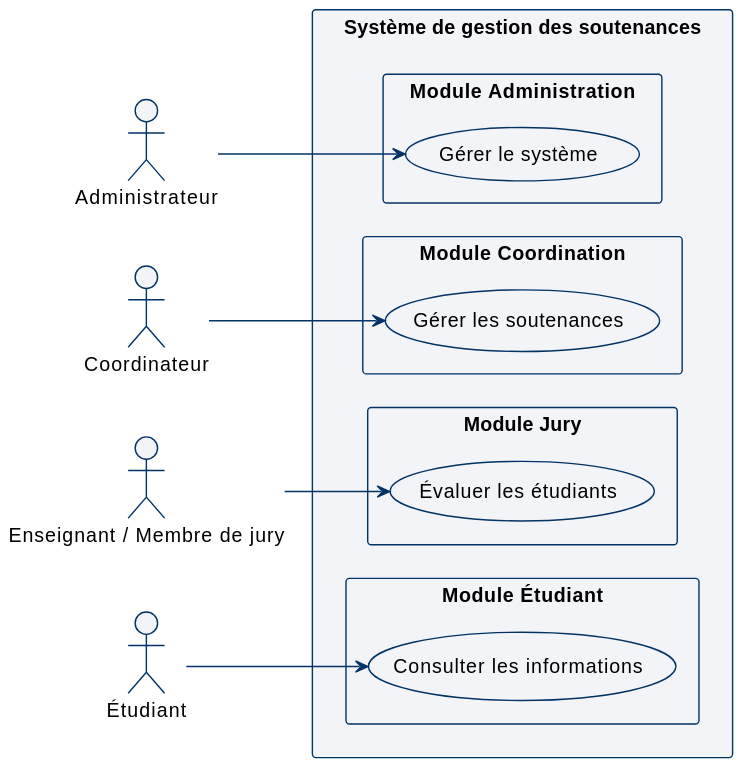
Earlier version of the PlantUML export docs/diagrams/svg/uc_overview.svg (abdelaziz-ebourki/system-gestion-soutenance).
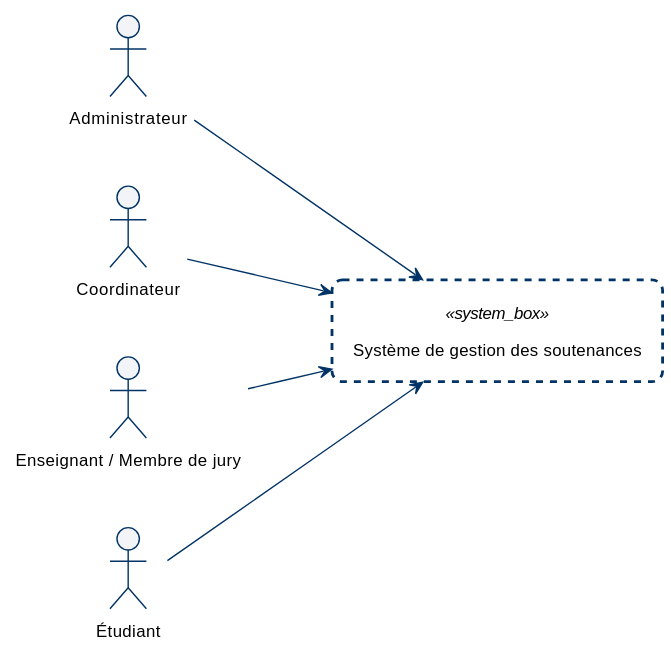
The same file after the commit.

Change to the diagram source:
```diff
@@ -1,26 +1,5 @@
 @startuml
-<style>
-  root {
-    FontColor #000000
-    LineColor #003366
-    LineThickness 1
-  }
-  actor {
-    BackgroundColor #F2F4F7
-  }
-  usecase {
-    BackgroundColor #F2F4F7
-  }
-  arrow {
-    LineColor #003366
-  }
-  rectangle {
-    BackgroundColor #F2F4F7
-  }
-</style>
-skinparam shadowing false
-skinparam actorStyle rectangle
-skinparam packageStyle rectangle
+!include style.puml
 left to right direction
 
 actor "Administrateur" as Admin
@@ -28,23 +7,11 @@
 actor "Enseignant / Membre de jury" as Jury
 actor "Étudiant" as Student
 
-rectangle "Système de gestion des soutenances" {
-    rectangle "Module Administration" as M1 {
-        usecase "Gérer le système" as UC_Admin
-    }
-    rectangle "Module Coordination" as M2 {
-        usecase "Gérer les soutenances" as UC_Coord
-    }
-    rectangle "Module Jury" as M3 {
-        usecase "Évaluer les étudiants" as UC_Jury
-    }
-    rectangle "Module Étudiant" as M4 {
-        usecase "Consulter les informations" as UC_Student
-    }
+rectangle "Système de gestion des soutenances" as  System <<system_box>> {
 }
 
-Admin --> UC_Admin
-Coord --> UC_Coord
-Jury --> UC_Jury
-Student --> UC_Student
+Admin --> System
+Coord --> System
+Jury --> System
+Student --> System
 @enduml
```
